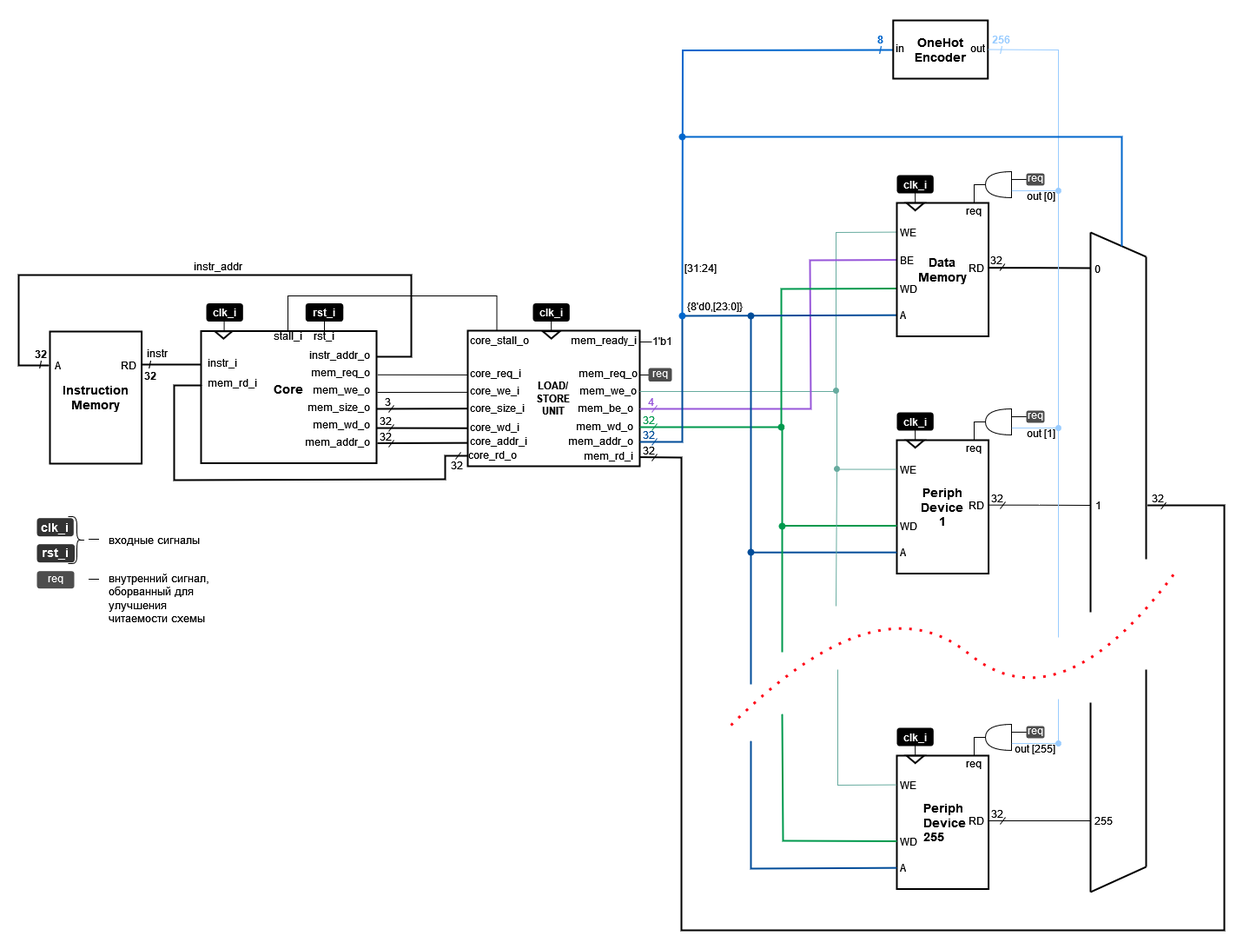
MPSU/APS keeps this draw.io diagram as .pic/Labs/lab_12_periph/fig_01.drawio.png. Above is the earlier version. Source tidied: cells renumbered, new cells last; positions are measured from the earlier drawing's top-left corner, leaving out a move shared by most shapes.
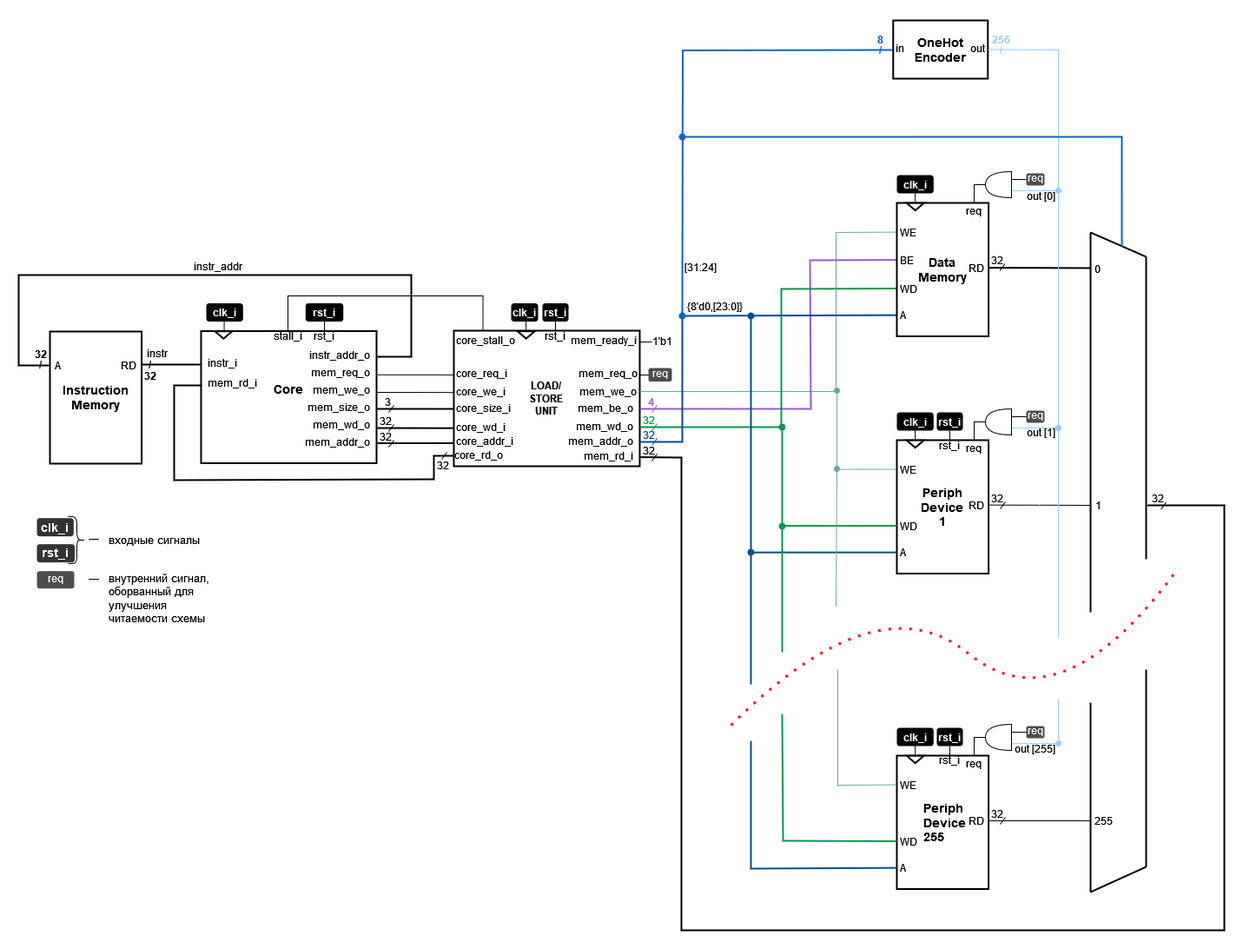
After the change.

Commit message:
ЛР12. Добавление сигнала сброса

The edit, as a diff of the source:
```diff
@@ -52,7 +52,7 @@
       <mxGeometry x="57" y="629.7" width="60" height="30" as="geometry" />
     </mxCell>
     <mxCell id="13" value="LOAD/&lt;br&gt;STORE&lt;br&gt;UNIT" style="rounded=0;whiteSpace=wrap;html=1;strokeWidth=2;fontStyle=1;" parent="1" vertex="1">
-      <mxGeometry x="517" y="360" width="198" height="156" as="geometry" />
+      <mxGeometry x="501" y="360" width="214" height="156" as="geometry" />
     </mxCell>
     <mxCell id="14" value="&lt;b style=&quot;font-size: 14px;&quot;&gt;Core&lt;br style=&quot;font-size: 14px;&quot;&gt;&lt;br style=&quot;font-size: 14px;&quot;&gt;&lt;/b&gt;" style="rounded=0;whiteSpace=wrap;html=1;fontSize=14;comic=0;strokeColor=#000000;fontColor=#000000;jiggle=0.5;strokeWidth=2;" parent="1" vertex="1">
       <mxGeometry x="210" y="360.5" width="202" height="152" as="geometry" />
@@ -129,10 +129,9 @@
     <mxCell id="35" value="instr_addr_o" style="text;html=1;strokeColor=none;fillColor=none;align=right;verticalAlign=middle;whiteSpace=wrap;rounded=0;fontSize=12;comic=0;" parent="1" vertex="1">
       <mxGeometry x="332" y="377.5" width="75" height="20" as="geometry" />
     </mxCell>
-    <mxCell id="36" style="endArrow=none;html=1;rounded=0;strokeWidth=2;fontColor=#B3B3B3;strokeColor=#000000;entryX=-0.001;entryY=0.588;entryDx=0;entryDy=0;entryPerimeter=0;" parent="1" edge="1">
+    <mxCell id="36" style="endArrow=none;html=1;rounded=0;strokeWidth=2;fontColor=#B3B3B3;strokeColor=#000000;entryX=0;entryY=0.577;entryDx=0;entryDy=0;entryPerimeter=0;" parent="1" edge="1" target="13">
       <mxGeometry relative="1" as="geometry">
         <mxPoint x="412" y="450" as="sourcePoint" />
-        <mxPoint x="516.8" y="449.7" as="targetPoint" />
       </mxGeometry>
     </mxCell>
     <mxCell id="37" style="endArrow=none;html=1;rounded=0;strokeColor=#000000;" parent="1" edge="1">
@@ -164,26 +163,22 @@
         <Array as="points">
           <mxPoint x="179" y="423" />
           <mxPoint x="179" y="532" />
-          <mxPoint x="491" y="531" />
-          <mxPoint x="491" y="504" />
+          <mxPoint x="478" y="531" />
+          <mxPoint x="478" y="504" />
         </Array>
       </mxGeometry>
     </mxCell>
-    <mxCell id="42" style="endArrow=none;html=1;rounded=0;strokeColor=#000000;entryX=-0.003;entryY=0.465;entryDx=0;entryDy=0;entryPerimeter=0;" parent="1" edge="1">
+    <mxCell id="42" style="endArrow=none;html=1;rounded=0;strokeColor=#000000;entryX=-0.022;entryY=0.583;entryDx=0;entryDy=0;entryPerimeter=0;" parent="1" edge="1" target="51">
       <mxGeometry relative="1" as="geometry">
         <mxPoint x="413" y="431" as="sourcePoint" />
-        <mxPoint x="516.4" y="430.9" as="targetPoint" />
       </mxGeometry>
     </mxCell>
-    <mxCell id="43" style="endArrow=none;html=1;rounded=0;strokeColor=#000000;startArrow=none;startFill=0;exitX=1.007;exitY=0.331;exitDx=0;exitDy=0;exitPerimeter=0;entryX=0;entryY=0.334;entryDx=0;entryDy=0;entryPerimeter=0;" parent="1" edge="1" source="14">
-      <mxGeometry relative="1" as="geometry">
-        <mxPoint x="517" y="410.9" as="targetPoint" />
-      </mxGeometry>
+    <mxCell id="43" style="endArrow=none;html=1;rounded=0;strokeColor=#000000;startArrow=none;startFill=0;exitX=1.007;exitY=0.331;exitDx=0;exitDy=0;exitPerimeter=0;entryX=-0.001;entryY=0.326;entryDx=0;entryDy=0;entryPerimeter=0;" parent="1" edge="1" source="14" target="13">
+      <mxGeometry relative="1" as="geometry" />
     </mxCell>
-    <mxCell id="44" style="endArrow=none;html=1;rounded=0;entryX=-0.001;entryY=0.847;entryDx=0;entryDy=0;entryPerimeter=0;strokeWidth=2;" parent="1" edge="1">
+    <mxCell id="44" style="endArrow=none;html=1;rounded=0;entryX=-0.018;entryY=0.647;entryDx=0;entryDy=0;entryPerimeter=0;strokeWidth=2;" parent="1" edge="1" target="54">
       <mxGeometry relative="1" as="geometry">
         <mxPoint x="413" y="489.5" as="sourcePoint" />
-        <mxPoint x="516.8" y="489.2" as="targetPoint" />
       </mxGeometry>
     </mxCell>
     <mxCell id="45" style="endArrow=none;html=1;rounded=0;" parent="1" edge="1">
@@ -204,50 +199,48 @@
     <mxCell id="48" value="32" style="text;html=1;strokeColor=none;fillColor=none;align=right;verticalAlign=middle;whiteSpace=wrap;rounded=0;" parent="1" vertex="1">
       <mxGeometry x="419" y="456" width="13" height="15" as="geometry" />
     </mxCell>
-    <mxCell id="49" style="endArrow=none;html=1;rounded=0;strokeWidth=2;entryX=-0.001;entryY=0.736;entryDx=0;entryDy=0;entryPerimeter=0;exitX=1.001;exitY=0.734;exitDx=0;exitDy=0;exitPerimeter=0;" parent="1" edge="1" source="14">
-      <mxGeometry relative="1" as="geometry">
-        <mxPoint x="516.8" y="472.2" as="targetPoint" />
-      </mxGeometry>
+    <mxCell id="49" style="endArrow=none;html=1;rounded=0;strokeWidth=2;entryX=-0.018;entryY=0.584;entryDx=0;entryDy=0;entryPerimeter=0;exitX=1.001;exitY=0.734;exitDx=0;exitDy=0;exitPerimeter=0;" parent="1" edge="1" source="14" target="53">
+      <mxGeometry relative="1" as="geometry" />
     </mxCell>
     <mxCell id="50" value="core_req_i" style="text;html=1;strokeColor=none;fillColor=none;align=left;verticalAlign=middle;whiteSpace=wrap;rounded=0;fontSize=12;comic=0;" parent="1" vertex="1">
-      <mxGeometry x="518" y="398.5" width="65" height="20" as="geometry" />
+      <mxGeometry x="502" y="398.5" width="65" height="20" as="geometry" />
     </mxCell>
     <mxCell id="51" value="core_we_i" style="text;html=1;strokeColor=none;fillColor=none;align=left;verticalAlign=middle;whiteSpace=wrap;rounded=0;fontSize=12;comic=0;" parent="1" vertex="1">
-      <mxGeometry x="518" y="419.5" width="65" height="20" as="geometry" />
+      <mxGeometry x="502" y="419.5" width="65" height="20" as="geometry" />
     </mxCell>
     <mxCell id="52" value="core_size_i" style="text;html=1;strokeColor=none;fillColor=none;align=left;verticalAlign=middle;whiteSpace=wrap;rounded=0;fontSize=12;comic=0;" parent="1" vertex="1">
-      <mxGeometry x="518" y="438.5" width="65" height="20" as="geometry" />
+      <mxGeometry x="502" y="438.5" width="65" height="20" as="geometry" />
     </mxCell>
     <mxCell id="53" value="core_wd_i" style="text;html=1;strokeColor=none;fillColor=none;align=left;verticalAlign=middle;whiteSpace=wrap;rounded=0;fontSize=12;comic=0;" parent="1" vertex="1">
-      <mxGeometry x="518" y="460.5" width="65" height="20" as="geometry" />
+      <mxGeometry x="502" y="460.5" width="65" height="20" as="geometry" />
     </mxCell>
     <mxCell id="54" value="core_addr_i" style="text;html=1;strokeColor=none;fillColor=none;align=left;verticalAlign=middle;whiteSpace=wrap;rounded=0;fontSize=12;comic=0;" parent="1" vertex="1">
-      <mxGeometry x="518" y="476.5" width="65" height="20" as="geometry" />
+      <mxGeometry x="502" y="476.5" width="65" height="20" as="geometry" />
     </mxCell>
     <mxCell id="55" style="edgeStyle=orthogonalEdgeStyle;rounded=0;jettySize=auto;html=1;exitX=0.5;exitY=0;exitDx=0;exitDy=0;entryX=0.5;entryY=0;entryDx=0;entryDy=0;endArrow=none;endFill=0;" parent="1" edge="1" source="56" target="39">
       <mxGeometry relative="1" as="geometry">
         <Array as="points">
-          <mxPoint x="551" y="320" />
+          <mxPoint x="535" y="320" />
           <mxPoint x="310" y="320" />
         </Array>
       </mxGeometry>
     </mxCell>
     <mxCell id="56" value="core_stall_o" style="text;html=1;strokeColor=none;fillColor=none;align=left;verticalAlign=middle;whiteSpace=wrap;rounded=0;fontSize=12;comic=0;" parent="1" vertex="1">
-      <mxGeometry x="518" y="360.5" width="65" height="20" as="geometry" />
+      <mxGeometry x="502" y="360.5" width="65" height="20" as="geometry" />
     </mxCell>
     <mxCell id="57" value="core_rd_o" style="text;html=1;strokeColor=none;fillColor=none;align=right;verticalAlign=middle;whiteSpace=wrap;rounded=0;fontSize=12;comic=0;" parent="1" vertex="1">
-      <mxGeometry x="517" y="493" width="59" height="20" as="geometry" />
+      <mxGeometry x="501" y="493" width="59" height="20" as="geometry" />
     </mxCell>
     <mxCell id="58" value="mem_wd_o" style="text;html=1;strokeColor=none;fillColor=none;align=right;verticalAlign=middle;whiteSpace=wrap;rounded=0;fontSize=12;comic=0;" parent="1" vertex="1">
       <mxGeometry x="645" y="460" width="65" height="20" as="geometry" />
     </mxCell>
     <mxCell id="59" value="32" style="text;html=1;strokeColor=none;fillColor=none;align=right;verticalAlign=middle;whiteSpace=wrap;rounded=0;" parent="1" vertex="1">
-      <mxGeometry x="501" y="507" width="13" height="15" as="geometry" />
+      <mxGeometry x="485" y="507" width="13" height="15" as="geometry" />
     </mxCell>
     <mxCell id="60" style="endArrow=none;html=1;rounded=0;" parent="1" edge="1">
       <mxGeometry relative="1" as="geometry">
-        <mxPoint x="503" y="508" as="sourcePoint" />
-        <mxPoint x="509" y="500" as="targetPoint" />
+        <mxPoint x="487" y="508" as="sourcePoint" />
+        <mxPoint x="493" y="500" as="targetPoint" />
       </mxGeometry>
     </mxCell>
     <mxCell id="61" value="mem_be_o" style="text;html=1;strokeColor=none;fillColor=none;align=right;verticalAlign=middle;whiteSpace=wrap;rounded=0;fontSize=12;comic=0;" parent="1" vertex="1">
@@ -263,18 +256,18 @@
       <mxGeometry x="634" y="360.5" width="65" height="20" as="geometry" />
     </mxCell>
     <mxCell id="65" style="triangle;whiteSpace=wrap;html=1;rotation=90;comic=0;strokeColor=#000000;jiggle=0.5;strokeWidth=2;fontSize=12;" parent="1" vertex="1">
-      <mxGeometry x="609" y="354.9" width="8.4" height="19.9" as="geometry" />
+      <mxGeometry x="580" y="354.9" width="8.4" height="19.9" as="geometry" />
     </mxCell>
     <mxCell id="66" style="edgeStyle=orthogonalEdgeStyle;rounded=0;jettySize=auto;html=1;entryX=0;entryY=0.5;entryDx=0;entryDy=0;endArrow=none;endFill=0;strokeWidth=1;fontSize=12;comic=0;" parent="1" edge="1" target="65">
       <mxGeometry relative="1" as="geometry">
-        <mxPoint x="613" y="342.5" as="sourcePoint" />
+        <mxPoint x="584" y="342.5" as="sourcePoint" />
         <Array as="points">
-          <mxPoint x="613" y="342.5" />
+          <mxPoint x="584" y="342.5" />
         </Array>
       </mxGeometry>
     </mxCell>
     <mxCell id="67" value="&lt;font style=&quot;font-size: 12px;&quot;&gt;&lt;b style=&quot;font-size: 12px;&quot;&gt;clk_i&lt;/b&gt;&lt;/font&gt;" style="text;html=1;strokeColor=none;fillColor=#000000;align=center;verticalAlign=middle;whiteSpace=wrap;rounded=1;fontSize=12;fontColor=#FFFFFF;comic=0;jiggle=0.5;strokeWidth=2;" parent="1" vertex="1">
-      <mxGeometry x="592" y="328.5" width="42.3" height="21" as="geometry" />
+      <mxGeometry x="567" y="328.5" width="31" height="21" as="geometry" />
     </mxCell>
     <mxCell id="68" value="mem_addr_o" style="text;html=1;strokeColor=none;fillColor=none;align=right;verticalAlign=middle;whiteSpace=wrap;rounded=0;fontSize=12;comic=0;" parent="1" vertex="1">
       <mxGeometry x="645" y="476.5" width="65" height="20" as="geometry" />
@@ -777,5 +770,53 @@
     <mxCell id="173" value="1'b1" style="text;html=1;strokeColor=none;fillColor=none;align=right;verticalAlign=middle;whiteSpace=wrap;rounded=0;comic=0;" parent="1" vertex="1">
       <mxGeometry x="729" y="363" width="26" height="17" as="geometry" />
     </mxCell>
+    <mxCell id="174" value="&lt;font style=&quot;font-size: 12px;&quot;&gt;rst_i&lt;/font&gt;" style="text;html=1;strokeColor=none;fillColor=none;align=center;verticalAlign=middle;whiteSpace=wrap;rounded=0;fontSize=12;comic=0;" parent="1" vertex="1">
+      <mxGeometry x="609" y="360" width="18" height="12" as="geometry" />
+    </mxCell>
+    <mxCell id="175" style="endArrow=none;html=1;rounded=0;strokeWidth=1;exitX=1;exitY=0.25;exitDx=0;exitDy=0;fontSize=12;comic=0;" parent="1" edge="1" source="177">
+      <mxGeometry relative="1" as="geometry">
+        <mxPoint x="618" y="335.5" as="targetPoint" />
+      </mxGeometry>
+    </mxCell>
+    <mxCell id="176" style="endArrow=none;html=1;rounded=0;strokeWidth=1;exitX=1;exitY=0.25;exitDx=0;exitDy=0;fontSize=12;comic=0;" parent="1" edge="1" target="177">
+      <mxGeometry relative="1" as="geometry">
+        <mxPoint x="618" y="360.5" as="sourcePoint" />
+      </mxGeometry>
+    </mxCell>
+    <mxCell id="177" value="&lt;p style=&quot;line-height: 130%; font-size: 12px;&quot;&gt;&lt;font style=&quot;font-size: 12px;&quot;&gt;&lt;b style=&quot;font-size: 12px;&quot;&gt;rst_i&lt;/b&gt;&lt;/font&gt;&lt;/p&gt;" style="text;html=1;strokeColor=none;fillColor=#000000;align=center;verticalAlign=middle;whiteSpace=wrap;rounded=1;fontSize=12;fontColor=#FFFFFF;comic=0;jiggle=0.5;" parent="1" vertex="1">
+      <mxGeometry x="603" y="328.5" width="30" height="21" as="geometry" />
+    </mxCell>
+    <mxCell id="178" value="&lt;font style=&quot;font-size: 12px;&quot;&gt;rst_i&lt;/font&gt;" style="text;html=1;strokeColor=none;fillColor=none;align=center;verticalAlign=middle;whiteSpace=wrap;rounded=0;fontSize=12;comic=0;" parent="1" vertex="1">
+      <mxGeometry x="1063" y="485.5" width="18" height="12" as="geometry" />
+    </mxCell>
+    <mxCell id="179" style="endArrow=none;html=1;rounded=0;strokeWidth=1;exitX=1;exitY=0.25;exitDx=0;exitDy=0;fontSize=12;comic=0;" parent="1" edge="1" source="181">
+      <mxGeometry relative="1" as="geometry">
+        <mxPoint x="1072" y="461" as="targetPoint" />
+      </mxGeometry>
+    </mxCell>
+    <mxCell id="180" style="endArrow=none;html=1;rounded=0;strokeWidth=1;exitX=1;exitY=0.25;exitDx=0;exitDy=0;fontSize=12;comic=0;" parent="1" edge="1" target="181">
+      <mxGeometry relative="1" as="geometry">
+        <mxPoint x="1072" y="486" as="sourcePoint" />
+      </mxGeometry>
+    </mxCell>
+    <mxCell id="181" value="&lt;p style=&quot;line-height: 130%; font-size: 12px;&quot;&gt;&lt;font style=&quot;font-size: 12px;&quot;&gt;&lt;b style=&quot;font-size: 12px;&quot;&gt;rst_i&lt;/b&gt;&lt;/font&gt;&lt;/p&gt;" style="text;html=1;strokeColor=none;fillColor=#000000;align=center;verticalAlign=middle;whiteSpace=wrap;rounded=1;fontSize=12;fontColor=#FFFFFF;comic=0;jiggle=0.5;" parent="1" vertex="1">
+      <mxGeometry x="1057" y="454" width="30" height="21" as="geometry" />
+    </mxCell>
+    <mxCell id="182" value="&lt;font style=&quot;font-size: 12px;&quot;&gt;rst_i&lt;/font&gt;" style="text;html=1;strokeColor=none;fillColor=none;align=center;verticalAlign=middle;whiteSpace=wrap;rounded=0;fontSize=12;comic=0;" parent="1" vertex="1">
+      <mxGeometry x="1063" y="848.5" width="18" height="12" as="geometry" />
+    </mxCell>
+    <mxCell id="183" style="endArrow=none;html=1;rounded=0;strokeWidth=1;exitX=1;exitY=0.25;exitDx=0;exitDy=0;fontSize=12;comic=0;" parent="1" edge="1" source="185">
+      <mxGeometry relative="1" as="geometry">
+        <mxPoint x="1072" y="824" as="targetPoint" />
+      </mxGeometry>
+    </mxCell>
+    <mxCell id="184" style="endArrow=none;html=1;rounded=0;strokeWidth=1;exitX=1;exitY=0.25;exitDx=0;exitDy=0;fontSize=12;comic=0;" parent="1" edge="1" target="185">
+      <mxGeometry relative="1" as="geometry">
+        <mxPoint x="1072" y="849" as="sourcePoint" />
+      </mxGeometry>
+    </mxCell>
+    <mxCell id="185" value="&lt;p style=&quot;line-height: 130%; font-size: 12px;&quot;&gt;&lt;font style=&quot;font-size: 12px;&quot;&gt;&lt;b style=&quot;font-size: 12px;&quot;&gt;rst_i&lt;/b&gt;&lt;/font&gt;&lt;/p&gt;" style="text;html=1;strokeColor=none;fillColor=#000000;align=center;verticalAlign=middle;whiteSpace=wrap;rounded=1;fontSize=12;fontColor=#FFFFFF;comic=0;jiggle=0.5;" parent="1" vertex="1">
+      <mxGeometry x="1057" y="817" width="30" height="21" as="geometry" />
+    </mxCell>
   </root>
 </mxGraphModel>
```
